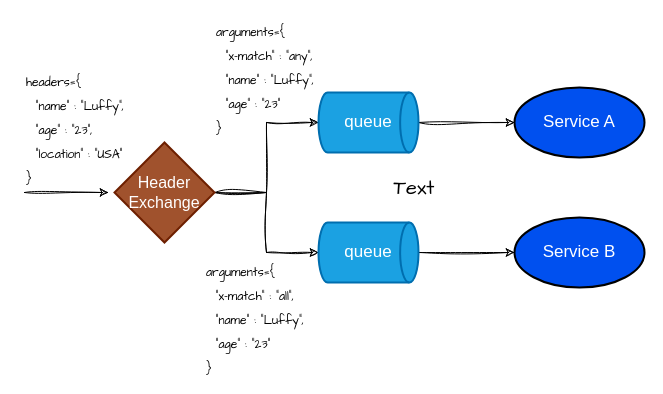
This is research-rabbitmq/6-Other-Exchanges-Headers_Exchange.drawio from helmyandria/Assets, a draw.io file, before an edit. Source tidied: cells renumbered, new cells numbered last; positions are measured from the earlier drawing's top-left corner, leaving out a move shared by most shapes. Both pictures are drawn from the tidied source at 100%, with x=0, y=0 at pixel (24, 22).
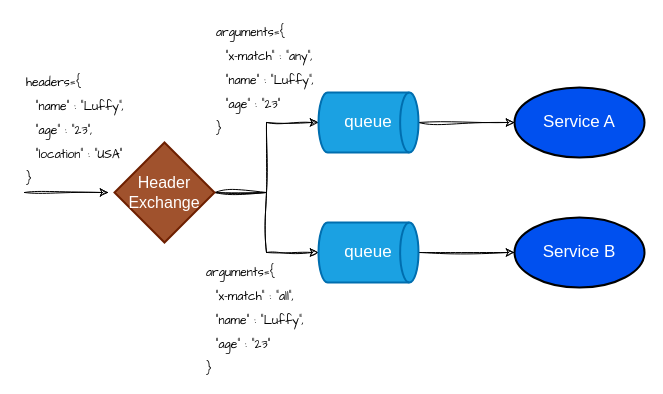
After the change.

What changed in the source:
```diff
@@
 <mxGraphModel>
   <root>
     <mxCell id="0" />
     <mxCell id="1" parent="0" />
     <mxCell id="2" style="edgeStyle=orthogonalEdgeStyle;rounded=0;sketch=1;hachureGap=4;jiggle=2;curveFitting=1;jettySize=auto;html=1;exitX=1;exitY=0.5;exitDx=0;exitDy=0;exitPerimeter=0;fontFamily=Architects Daughter;fontSize=16;" parent="1" edge="1" source="4" target="7">
       <mxGeometry relative="1" as="geometry" />
     </mxCell>
     <mxCell id="3" style="edgeStyle=orthogonalEdgeStyle;rounded=0;sketch=1;hachureGap=4;jiggle=2;curveFitting=1;jettySize=auto;html=1;exitX=1;exitY=0.5;exitDx=0;exitDy=0;exitPerimeter=0;entryX=0;entryY=0.5;entryDx=0;entryDy=0;entryPerimeter=0;fontFamily=Architects Daughter;fontSize=16;" parent="1" edge="1" source="4" target="9">
       <mxGeometry relative="1" as="geometry" />
     </mxCell>
     <mxCell id="4" value="Header&lt;br&gt;Exchange" style="strokeWidth=2;html=1;shape=mxgraph.flowchart.decision;whiteSpace=wrap;fillColor=#a0522d;strokeColor=#6D1F00;fontColor=#ffffff;fontSize=16;rounded=0;" parent="1" vertex="1">
       <mxGeometry x="90" y="120" width="100" height="100" as="geometry" />
     </mxCell>
     <mxCell id="5" style="endArrow=classic;html=1;sketch=1;hachureGap=4;jiggle=2;curveFitting=1;fontFamily=Helvetica;fontSize=17;fontColor=#ffffff;entryX=-0.06;entryY=0.5;entryDx=0;entryDy=0;entryPerimeter=0;" parent="1" edge="1" target="4">
       <mxGeometry relative="1" as="geometry">
         <mxPoint y="170" as="sourcePoint" />
       </mxGeometry>
     </mxCell>
     <mxCell id="6" style="edgeStyle=orthogonalEdgeStyle;rounded=0;sketch=1;hachureGap=4;jiggle=2;curveFitting=1;jettySize=auto;html=1;exitX=1;exitY=0.5;exitDx=0;exitDy=0;exitPerimeter=0;fontFamily=Architects Daughter;fontSize=16;" parent="1" edge="1" source="7" target="10">
       <mxGeometry relative="1" as="geometry" />
     </mxCell>
     <mxCell id="7" value="queue" style="strokeWidth=2;html=1;shape=mxgraph.flowchart.direct_data;whiteSpace=wrap;fillColor=#1ba1e2;fontColor=#ffffff;strokeColor=#006EAF;fontSize=17;rounded=0;" parent="1" vertex="1">
       <mxGeometry x="294" y="70" width="100" height="60" as="geometry" />
     </mxCell>
     <mxCell id="8" style="edgeStyle=orthogonalEdgeStyle;rounded=0;sketch=1;hachureGap=4;jiggle=2;curveFitting=1;jettySize=auto;html=1;exitX=1;exitY=0.5;exitDx=0;exitDy=0;exitPerimeter=0;fontFamily=Architects Daughter;fontSize=16;" parent="1" edge="1" source="9" target="11">
       <mxGeometry relative="1" as="geometry" />
     </mxCell>
     <mxCell id="9" value="queue" style="strokeWidth=2;html=1;shape=mxgraph.flowchart.direct_data;whiteSpace=wrap;fillColor=#1ba1e2;fontColor=#ffffff;strokeColor=#006EAF;fontSize=17;rounded=0;" parent="1" vertex="1">
       <mxGeometry x="294" y="200" width="100" height="60" as="geometry" />
     </mxCell>
     <mxCell id="10" value="Service A" style="strokeWidth=2;html=1;shape=mxgraph.flowchart.start_1;whiteSpace=wrap;fillColor=#0050ef;strokeColor=default;fontColor=#ffffff;fontSize=17;rounded=0;" parent="1" vertex="1">
       <mxGeometry x="490" y="65" width="130" height="70" as="geometry" />
     </mxCell>
     <mxCell id="11" value="Service B" style="strokeWidth=2;html=1;shape=mxgraph.flowchart.start_1;whiteSpace=wrap;fillColor=#0050ef;strokeColor=default;fontColor=#ffffff;fontSize=17;rounded=0;" parent="1" vertex="1">
       <mxGeometry x="490" y="195" width="130" height="70" as="geometry" />
     </mxCell>
-    <mxCell id="12" value="Text" style="text;html=1;strokeColor=none;fillColor=none;align=center;verticalAlign=middle;whiteSpace=wrap;rounded=0;fontSize=20;fontFamily=Architects Daughter;" parent="1" vertex="1">
-      <mxGeometry x="360" y="150" width="60" height="30" as="geometry" />
-    </mxCell>
     <mxCell id="13" value="&lt;font style=&quot;font-size: 12px;&quot;&gt;headers={&lt;br&gt;&amp;nbsp; &quot;name&quot; : &quot;Luffy&quot;,&lt;br&gt;&amp;nbsp; &quot;age&quot; : &quot;23&quot;,&lt;br&gt;&amp;nbsp; &quot;location&quot; : &quot;USA&quot;&lt;br&gt;}&lt;br&gt;&lt;/font&gt;" style="text;html=1;strokeColor=none;fillColor=none;align=left;verticalAlign=middle;whiteSpace=wrap;rounded=0;fontSize=20;fontFamily=Architects Daughter;" parent="1" vertex="1">
       <mxGeometry y="50" width="170" height="110" as="geometry" />
     </mxCell>
     <mxCell id="14" value="&lt;font style=&quot;font-size: 12px;&quot;&gt;arguments={&lt;br&gt;&amp;nbsp; &quot;x-match&quot; : &quot;any&quot;,&lt;br&gt;&amp;nbsp; &quot;name&quot; : &quot;Luffy&quot;,&lt;br&gt;&amp;nbsp; &quot;age&quot; : &quot;23&quot;&lt;br&gt;}&lt;br&gt;&lt;/font&gt;" style="text;html=1;strokeColor=none;fillColor=none;align=left;verticalAlign=middle;whiteSpace=wrap;rounded=0;fontSize=20;fontFamily=Architects Daughter;" parent="1" vertex="1">
       <mxGeometry x="190" width="170" height="110" as="geometry" />
     </mxCell>
     <mxCell id="15" value="&lt;font style=&quot;font-size: 12px;&quot;&gt;arguments={&lt;br&gt;&amp;nbsp; &quot;x-match&quot; : &quot;all&quot;,&lt;br&gt;&amp;nbsp; &quot;name&quot; : &quot;Luffy&quot;,&lt;br&gt;&amp;nbsp; &quot;age&quot; : &quot;23&quot;&lt;br&gt;}&lt;br&gt;&lt;/font&gt;" style="text;html=1;strokeColor=none;fillColor=none;align=left;verticalAlign=middle;whiteSpace=wrap;rounded=0;fontSize=20;fontFamily=Architects Daughter;" parent="1" vertex="1">
       <mxGeometry x="180" y="240" width="170" height="110" as="geometry" />
     </mxCell>
   </root>
 </mxGraphModel>
```
